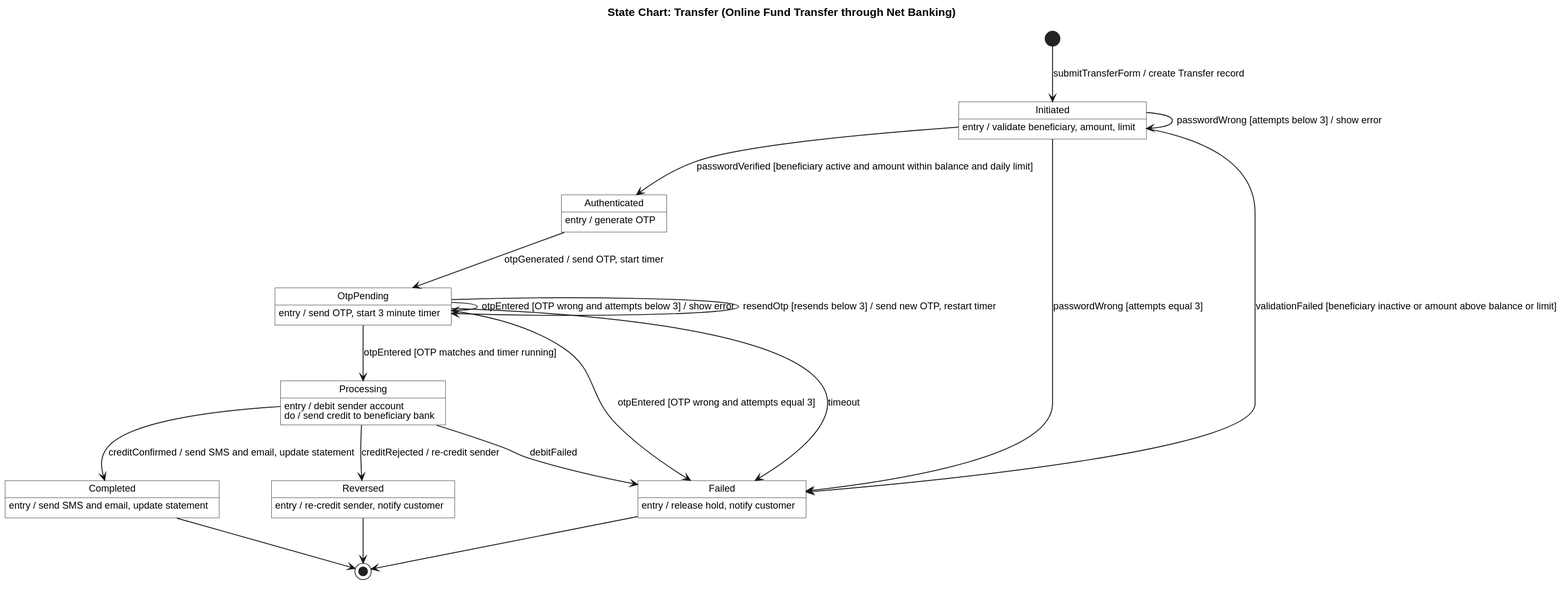
theetherGit/mca-ignou-labs keeps this PlantUML diagram as public/code/mcsl-222/section-1/session-6/fund_transfer_state.svg. Above is the earlier version. Its source is kept beside it as public/code/mcsl-222/section-1/session-6/fund_transfer_state.puml.
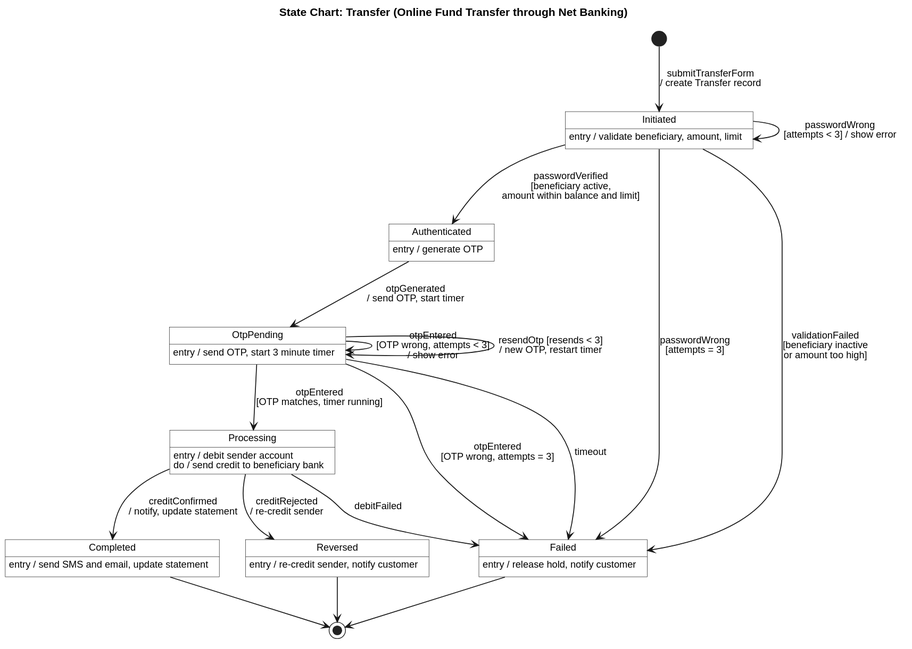
Later version of the same file.

What changed in the source:
```diff
@@ -1,6 +1,6 @@
 @startuml
 title State Chart: Transfer (Online Fund Transfer through Net Banking)
-[*] --> Initiated : submitTransferForm / create Transfer record
+[*] --> Initiated : submitTransferForm\n/ create Transfer record
 Initiated : entry / validate beneficiary, amount, limit
 Authenticated : entry / generate OTP
 OtpPending : entry / send OTP, start 3 minute timer
@@ -10,19 +10,19 @@
 Failed : entry / release hold, notify customer
 Reversed : entry / re-credit sender, notify customer
 
-Initiated --> Authenticated : passwordVerified [beneficiary active and amount within balance and daily limit]
-Initiated --> Initiated : passwordWrong [attempts below 3] / show error
-Initiated --> Failed : passwordWrong [attempts equal 3]
-Initiated --> Failed : validationFailed [beneficiary inactive or amount above balance or limit]
-Authenticated --> OtpPending : otpGenerated / send OTP, start timer
-OtpPending --> Processing : otpEntered [OTP matches and timer running]
-OtpPending --> OtpPending : otpEntered [OTP wrong and attempts below 3] / show error
-OtpPending --> OtpPending : resendOtp [resends below 3] / send new OTP, restart timer
-OtpPending --> Failed : otpEntered [OTP wrong and attempts equal 3]
+Initiated --> Authenticated : passwordVerified\n[beneficiary active,\namount within balance and limit]
+Initiated --> Initiated : passwordWrong\n[attempts < 3] / show error
+Initiated --> Failed : passwordWrong\n[attempts = 3]
+Initiated --> Failed : validationFailed\n[beneficiary inactive\nor amount too high]
+Authenticated --> OtpPending : otpGenerated\n/ send OTP, start timer
+OtpPending --> Processing : otpEntered\n[OTP matches, timer running]
+OtpPending --> OtpPending : otpEntered\n[OTP wrong, attempts < 3]\n/ show error
+OtpPending --> OtpPending : resendOtp [resends < 3]\n/ new OTP, restart timer
+OtpPending --> Failed : otpEntered\n[OTP wrong, attempts = 3]
 OtpPending --> Failed : timeout
-Processing --> Completed : creditConfirmed / send SMS and email, update statement
+Processing --> Completed : creditConfirmed\n/ notify, update statement
 Processing --> Failed : debitFailed
-Processing --> Reversed : creditRejected / re-credit sender
+Processing --> Reversed : creditRejected\n/ re-credit sender
 Completed --> [*]
 Failed --> [*]
 Reversed --> [*]
```
